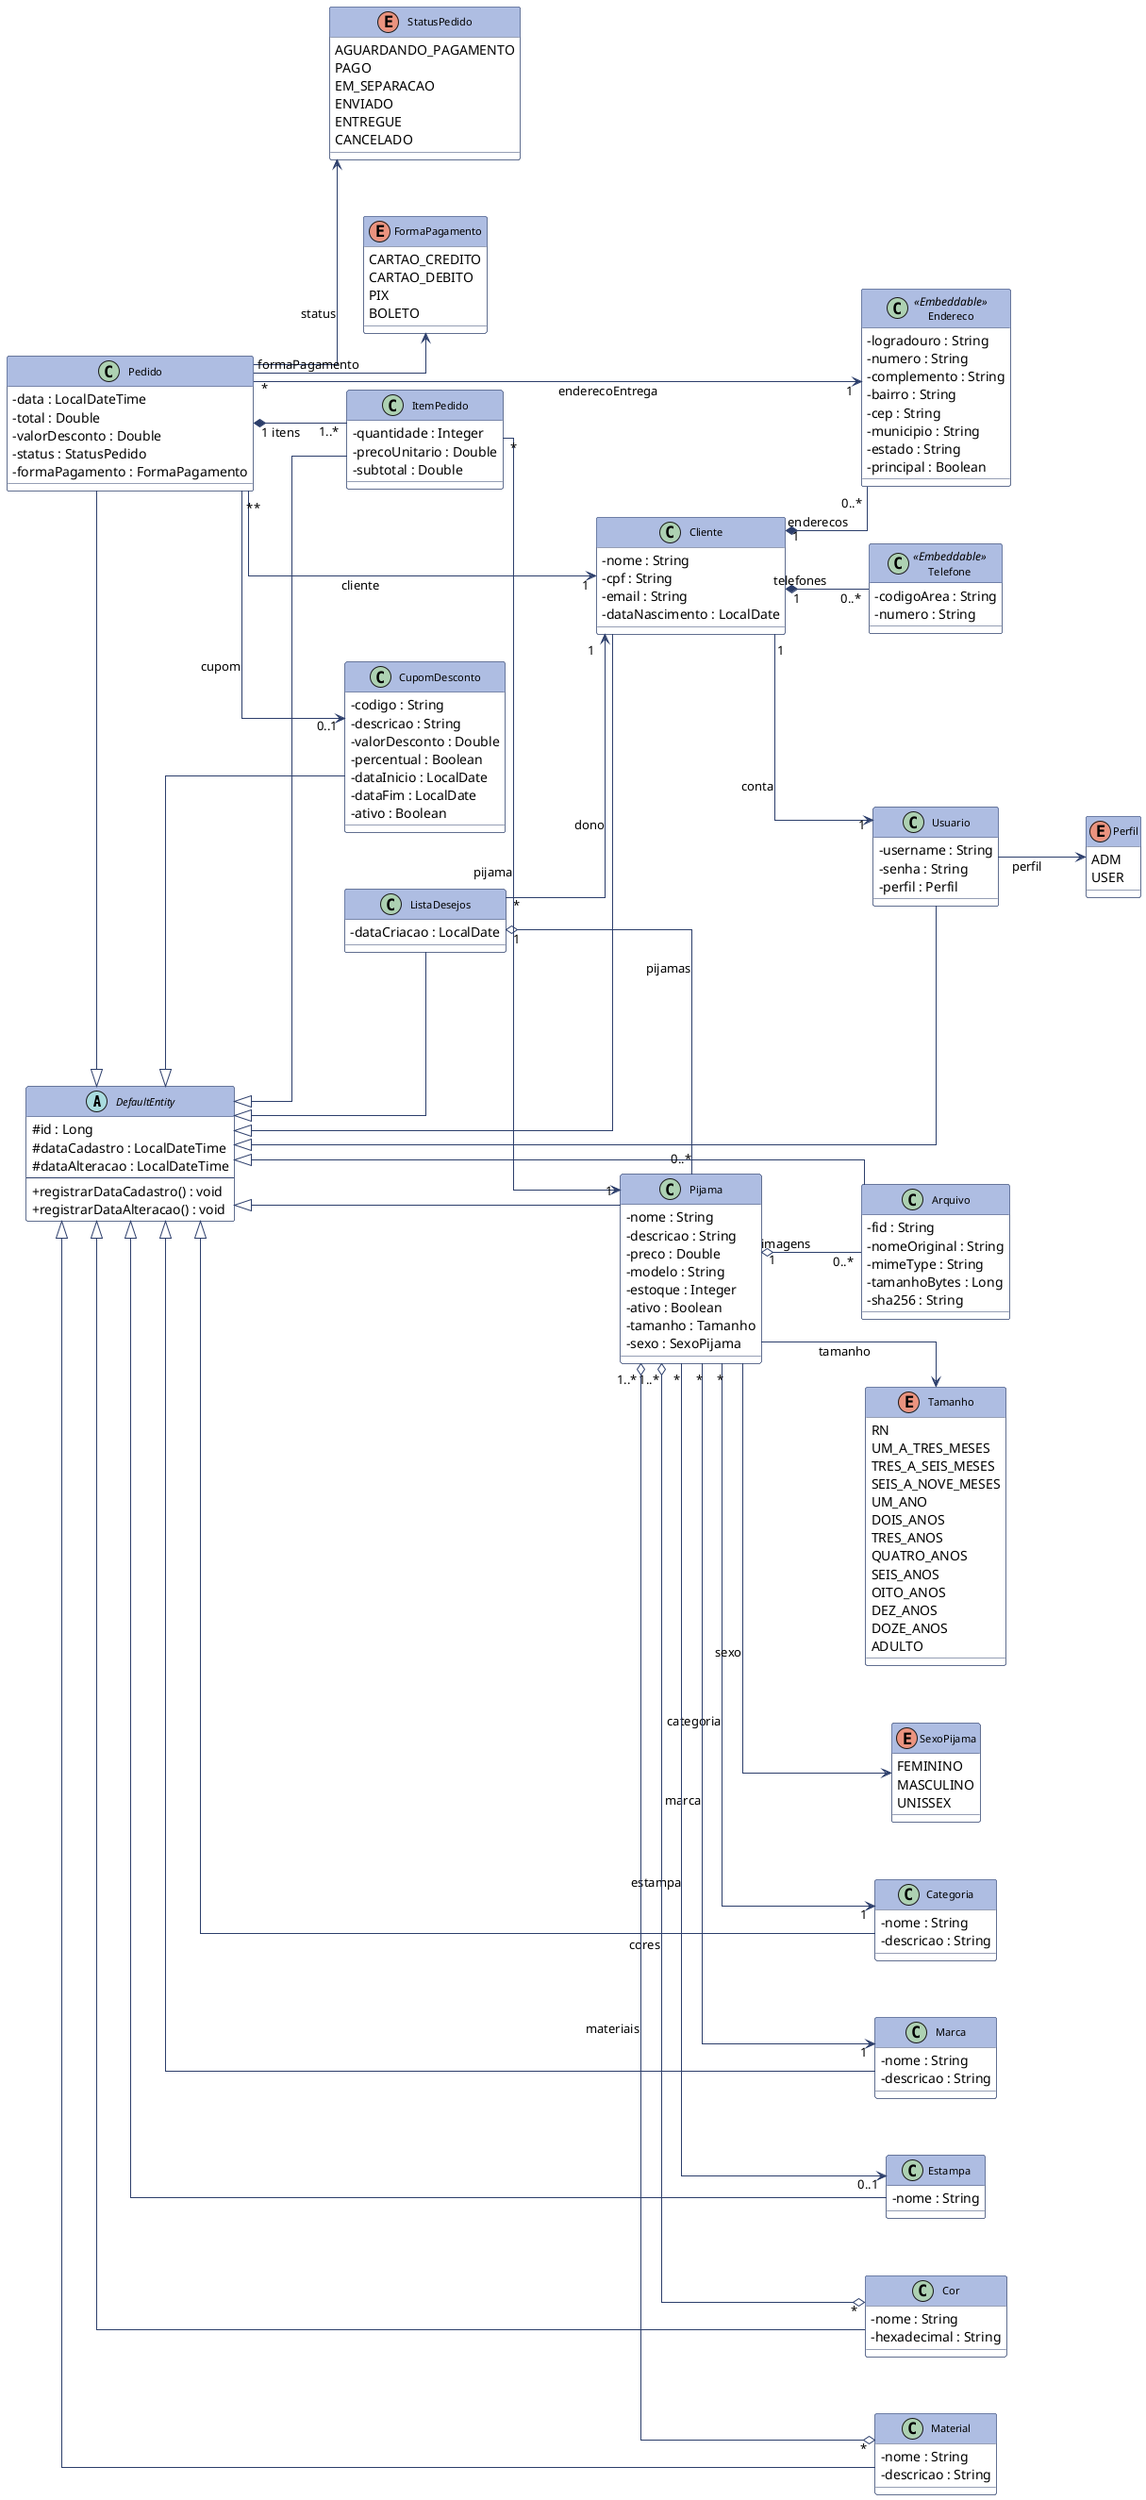
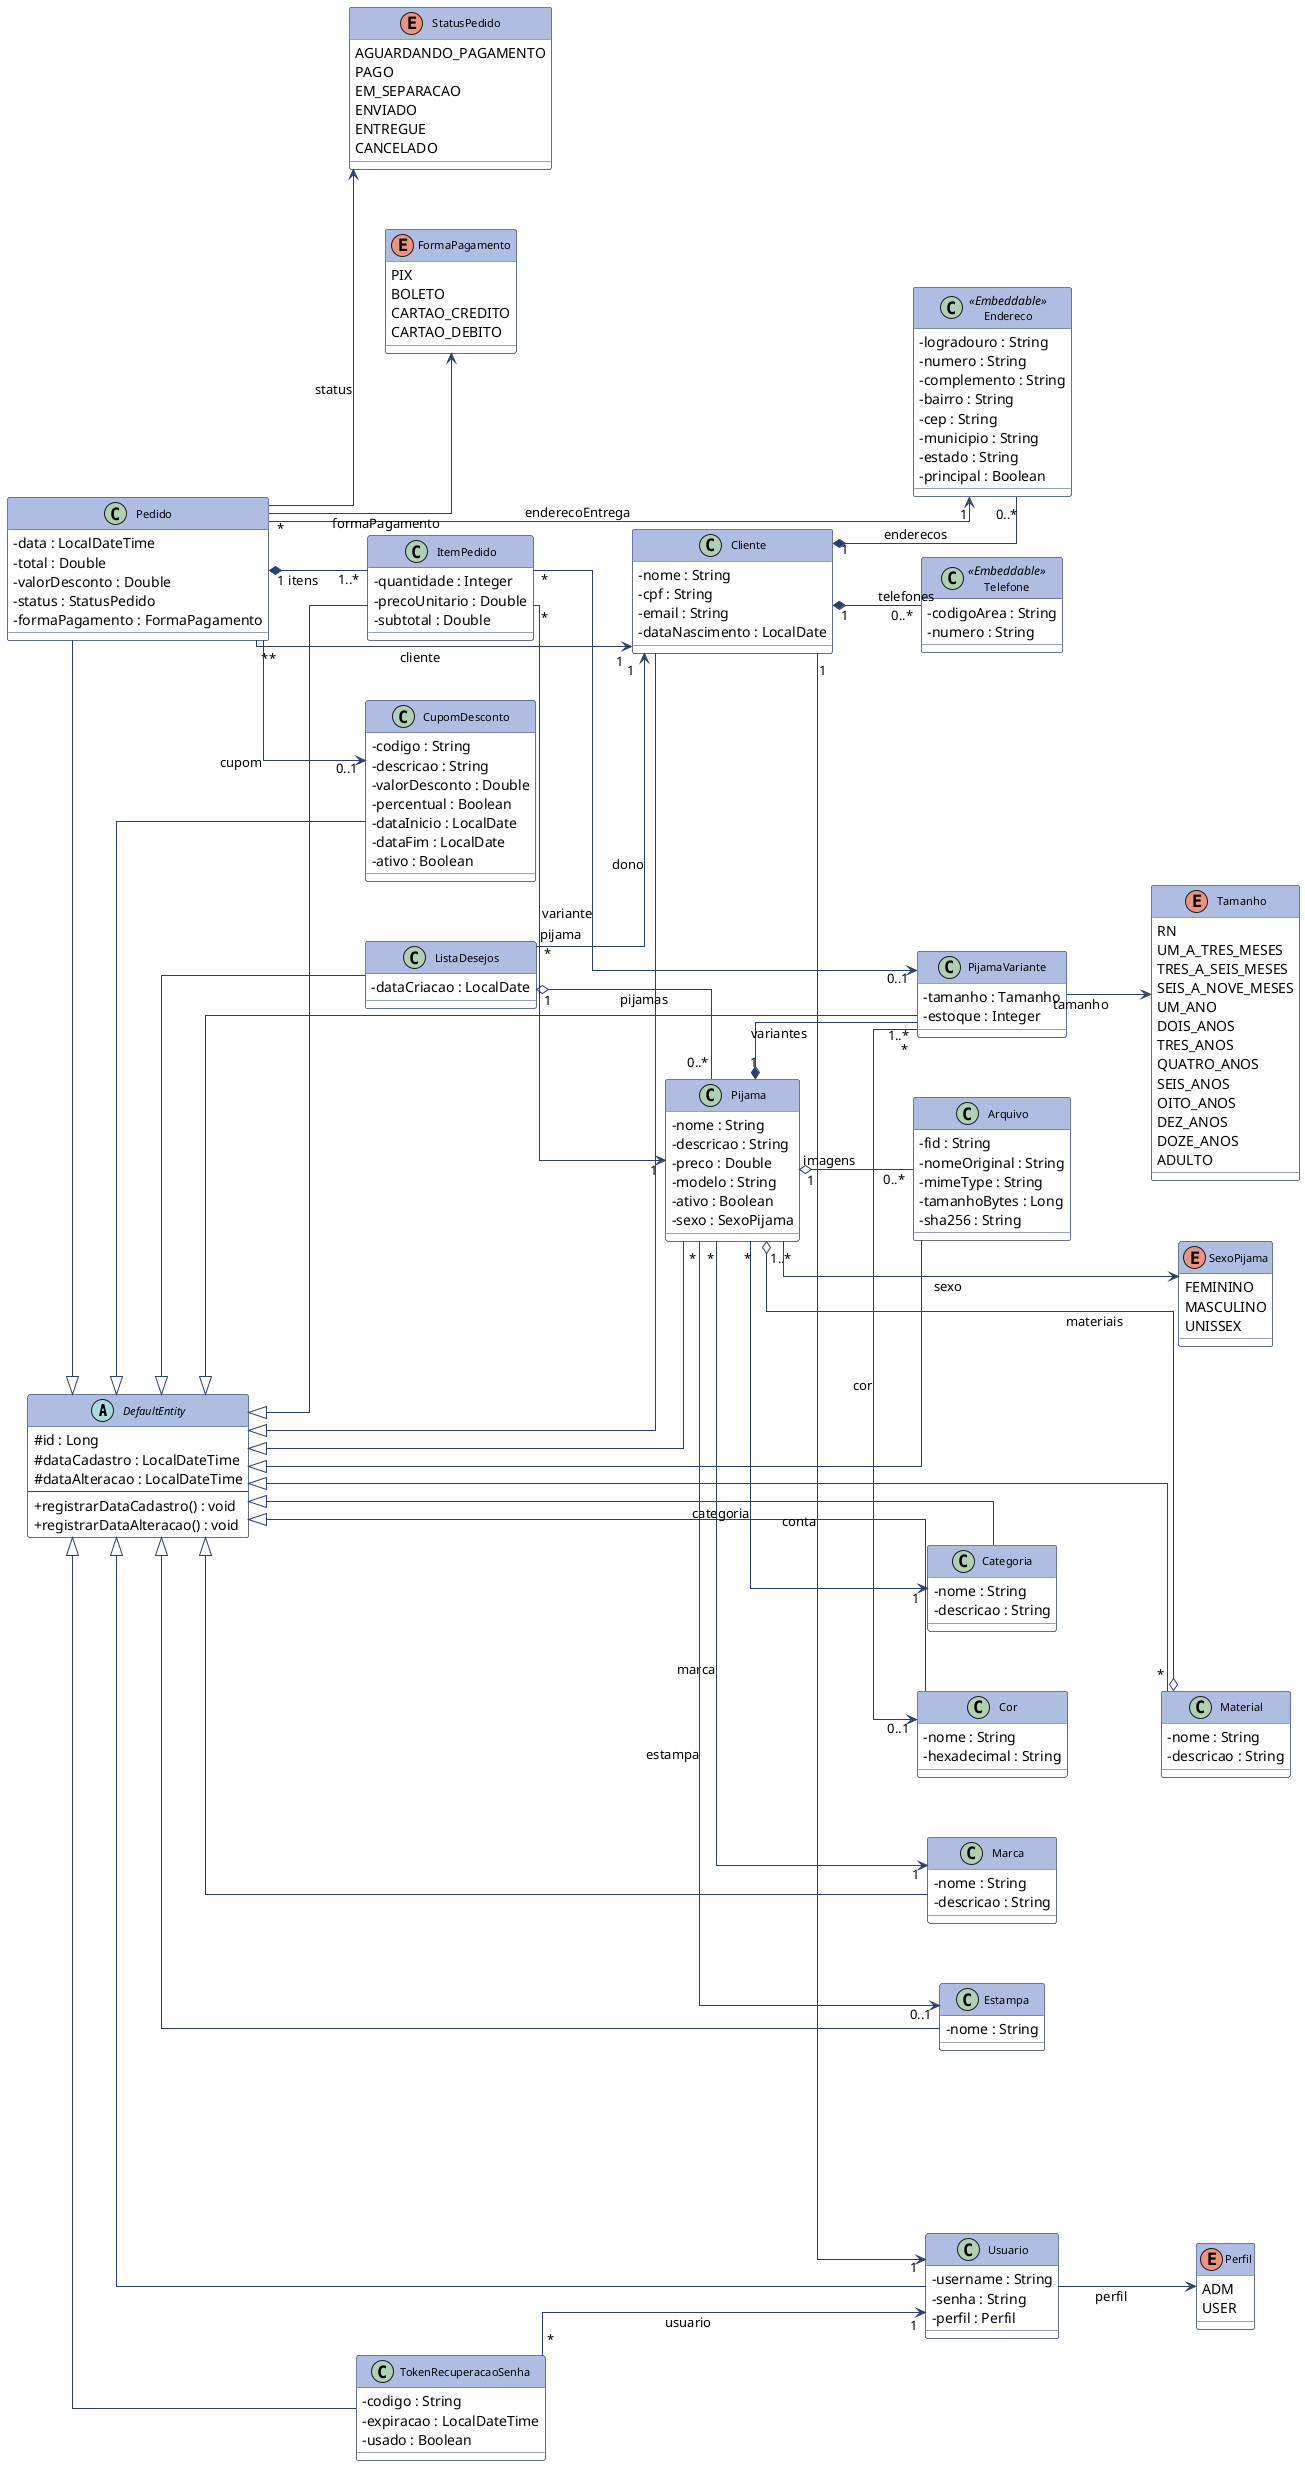
- Aqui está o código completo:
- 
- ```plantuml
@startuml Julie e Bela - E-commerce Pijamas Infantis
- 
- ' =====================================================
- ' LEGENDA:
- '   [PROF]  = copiar direto do projeto do professor
- '   [ADAPT] = copiar e adaptar (trocar nomes/campos)
- '   [NOVO]  = criar do zero no mesmo padrão
- ' =====================================================

left to right direction

skinparam classAttributeIconSize 0
skinparam linetype ortho
skinparam nodesep 60
skinparam ranksep 80

skinparam class {
  BackgroundColor White
  BorderColor #2C3E6B
  ArrowColor #2C3E6B
  HeaderBackgroundColor #aebde2
  HeaderFontColor White
  FontSize 11
}
skinparam stereotypeCBackgroundColor #E6F1FB
skinparam stereotypeEBackgroundColor #EAF3DE
skinparam stereotypeABackgroundColor #FCE4EC
skinparam note {
  BackgroundColor #FFFDE7
  BorderColor #F9A825
  FontSize 10
}

- ' =====================================================
- ' CAMADA 1 — BASE
- ' =====================================================
- 
abstract class DefaultEntity {
  # id : Long
  # dataCadastro : LocalDateTime
  # dataAlteracao : LocalDateTime
  --
  + registrarDataCadastro() : void
  + registrarDataAlteracao() : void
}

- ' =====================================================
- ' CAMADA 2 — AUTH
- ' =====================================================
- 
together {
  class Usuario {
    - username : String
    - senha : String
    - perfil : Perfil
  }
- 
  enum Perfil {
    ADM
    USER
  }
}

- ' =====================================================
- ' CAMADA 3 — CLIENTE
- ' =====================================================
- 
together {
  class Cliente {
    - nome : String
    - cpf : String
    - email : String
    - dataNascimento : LocalDate
  }
- 
  class Telefone <<Embeddable>> {
    - codigoArea : String
    - numero : String
  }
- 
  class Endereco <<Embeddable>> {
    - logradouro : String
    - numero : String
    - complemento : String
    - bairro : String
    - cep : String
    - municipio : String
    - estado : String
    - principal : Boolean
  }
}

- ' =====================================================
- ' CAMADA 4 — CATÁLOGO
- ' =====================================================
- 
together {
  class Pijama {
    - nome : String
    - descricao : String
    - preco : Double
    - modelo : String
+     - ativo : Boolean
+     - sexo : SexoPijama
+   }
+   class PijamaVariante {
+     - tamanho : Tamanho
    - estoque : Integer
-     - ativo : Boolean
-     - tamanho : Tamanho
-     - sexo : SexoPijama
-   }
- 
+   }
  class Arquivo {
    - fid : String
    - nomeOriginal : String
    - mimeType : String
    - tamanhoBytes : Long
    - sha256 : String
  }
}

together {
  class Categoria {
    - nome : String
    - descricao : String
  }
- 
  class Marca {
    - nome : String
    - descricao : String
  }
- 
  class Estampa {
    - nome : String
  }
- 
  class Cor {
    - nome : String
    - hexadecimal : String
  }
- 
  class Material {
    - nome : String
    - descricao : String
  }
}

together {
  enum Tamanho {
    RN
    UM_A_TRES_MESES
    TRES_A_SEIS_MESES
    SEIS_A_NOVE_MESES
    UM_ANO
    DOIS_ANOS
    TRES_ANOS
    QUATRO_ANOS
    SEIS_ANOS
    OITO_ANOS
    DEZ_ANOS
    DOZE_ANOS
    ADULTO
  }
- 
  enum SexoPijama {
    FEMININO
    MASCULINO
    UNISSEX
  }
}

- ' =====================================================
- ' CAMADA 5 — E-COMMERCE
- ' =====================================================
+ class TokenRecuperacaoSenha {
+   - codigo : String
+   - expiracao : LocalDateTime
+   - usado : Boolean
+ }

together {
  class ListaDesejos {
    - dataCriacao : LocalDate
  }
- 
  class CupomDesconto {
    - codigo : String
    - descricao : String
    - valorDesconto : Double
    - percentual : Boolean
    - dataInicio : LocalDate
    - dataFim : LocalDate
    - ativo : Boolean
  }
}

together {
  class Pedido {
    - data : LocalDateTime
    - total : Double
    - valorDesconto : Double
    - status : StatusPedido
    - formaPagamento : FormaPagamento
  }
- 
  class ItemPedido {
    - quantidade : Integer
    - precoUnitario : Double
    - subtotal : Double
  }
}

together {
  enum StatusPedido {
    AGUARDANDO_PAGAMENTO
    PAGO
    EM_SEPARACAO
    ENVIADO
    ENTREGUE
    CANCELADO
  }
- 
  enum FormaPagamento {
+     PIX
+     BOLETO
    CARTAO_CREDITO
    CARTAO_DEBITO
-     PIX
-     BOLETO
-   }
- }
- 
- ' =====================================================
- ' HERANÇA — todas herdam de DefaultEntity
- ' =====================================================
- 
+   }
+ }
+ 
+ ' HERANÇA
DefaultEntity <|-- Usuario
DefaultEntity <|-- Cliente
DefaultEntity <|-- Pijama
+ DefaultEntity <|-- PijamaVariante
DefaultEntity <|-- Categoria
DefaultEntity <|-- Marca
DefaultEntity <|-- Estampa
DefaultEntity <|-- Cor
DefaultEntity <|-- Material
DefaultEntity <|-- Arquivo
DefaultEntity <|-- CupomDesconto
DefaultEntity <|-- ListaDesejos
DefaultEntity <|-- Pedido
DefaultEntity <|-- ItemPedido
- 
- ' =====================================================
- ' ASSOCIAÇÃO 1:1
- ' Cliente tem exatamente 1 Usuario (conta)
- ' =====================================================
- 
+ DefaultEntity <|-- TokenRecuperacaoSenha
+ 
+ ' 1:1
Cliente "1" --> "1" Usuario : conta

- ' =====================================================
- ' ENUM — Usuario usa Perfil
- ' =====================================================
- 
+ ' ENUM
Usuario --> Perfil : perfil

- ' =====================================================
' COMPOSIÇÃO
- ' Parte não existe sem o todo — losango cheio
- ' =====================================================
- 
- ' Telefone só existe vinculado ao Cliente
Cliente "1" *-- "0..*" Telefone : telefones
- 
- ' Endereco só existe vinculado ao Cliente
Cliente "1" *-- "0..*" Endereco : enderecos
- 
- ' ItemPedido só existe dentro de um Pedido
Pedido "1" *-- "1..*" ItemPedido : itens
- 
- ' =====================================================
+ Pijama "1" *-- "1..*" PijamaVariante : variantes
+ 
' AGREGAÇÃO
- ' Parte existe independente do todo — losango vazio
- ' =====================================================
- 
- ' Arquivo existe no SeaweedFS independente do Pijama
Pijama "1" o-- "0..*" Arquivo : imagens
- 
- ' Pijama existe independente da ListaDesejos
ListaDesejos "1" o-- "0..*" Pijama : pijamas

- ' =====================================================
- ' ASSOCIAÇÃO N:1
- ' Seta simples do lado N apontando para o lado 1
- ' =====================================================
- 
- ' Pijama pertence a uma Categoria (obrigatório)
+ ' N:1
Pijama "*" --> "1" Categoria : categoria
- 
- ' Pijama pertence a uma Marca (obrigatório)
Pijama "*" --> "1" Marca : marca
- 
- ' Pijama pode ter uma Estampa (opcional)
Pijama "*" --> "0..1" Estampa : estampa
- 
- ' ListaDesejos pertence a um Cliente
ListaDesejos "*" --> "1" Cliente : dono
- 
- ' Pedido pertence a um Cliente
Pedido "*" --> "1" Cliente : cliente
- 
- ' Pedido usa um Endereco do Cliente como entrega
Pedido "*" --> "1" Endereco : enderecoEntrega
- 
- ' Pedido pode ter ou não um CupomDesconto
Pedido "*" --> "0..1" CupomDesconto : cupom
- 
- ' ItemPedido referencia um Pijama
ItemPedido "*" --> "1" Pijama : pijama
- 
- ' =====================================================
- ' ASSOCIAÇÃO N:N
- ' Losango vazio nos dois lados
- ' Gera tabela intermediária no banco
- ' =====================================================
- 
- ' Um Pijama tem 1 ou muitas Cores
- ' Uma Cor aparece em 0 ou muitos Pijamas
- ' Tabela: pijama_cor
- Pijama "1..*" o--o "*" Cor : cores
- 
- ' Um Pijama tem 1 ou muitos Materiais
- ' Um Material aparece em 0 ou muitos Pijamas
- ' Tabela: pijama_material
+ ItemPedido "*" --> "0..1" PijamaVariante : variante
+ TokenRecuperacaoSenha "*" --> "1" Usuario : usuario
+ PijamaVariante "*" --> "0..1" Cor : cor
+ 
+ ' Relação invisível para manter Cor ancorada perto de PijamaVariante
+ Pijama -[hidden]- Cor
+ Cor -[hidden]- Material
+ 
+ ' N:N
Pijama "1..*" o--o "*" Material : materiais

- ' =====================================================
- ' ENUMS do Pijama e Pedido
- ' =====================================================
- 
- Pijama --> Tamanho : tamanho
+ ' ENUMS
+ PijamaVariante --> Tamanho : tamanho
Pijama --> SexoPijama : sexo
Pedido --> StatusPedido : status
Pedido --> FormaPagamento : formaPagamento

- @enduml
- ```+ @enduml